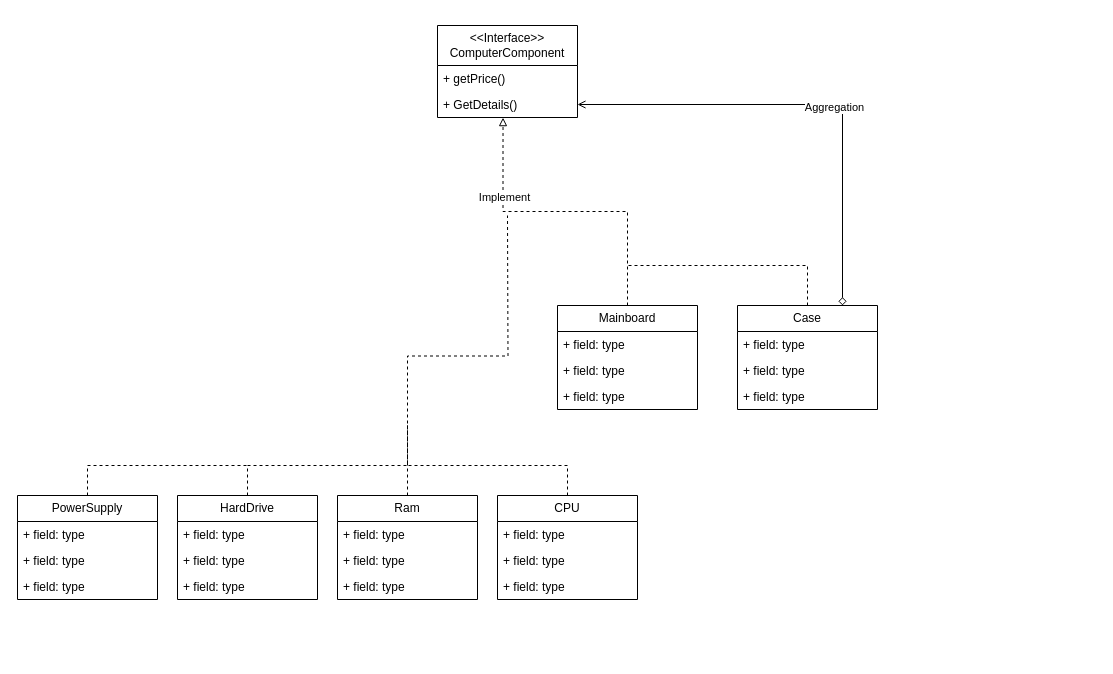
3chammmpppthichanon/University keeps this draw.io diagram as page "Composite" (2 of 2) of COS4311/Diagram.drawio. Above is the earlier version. Source tidied: cells renumbered, new cells numbered last; positions are measured from the earlier drawing's top-left corner, leaving out a move shared by most shapes. Both pictures are drawn from the tidied source at 100%, with x=0, y=0 at pixel (17, 25).
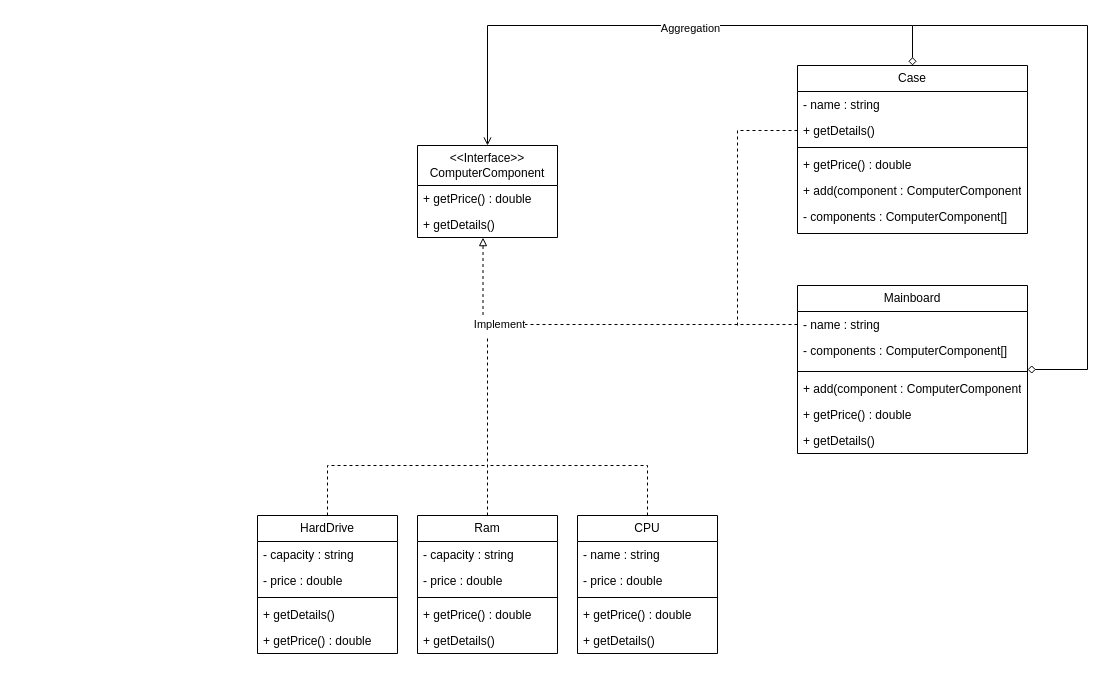
Above is the later version.

What changed in the source:
```diff
@@
     <mxCell id="2" value="&amp;lt;&amp;lt;Interface&amp;gt;&amp;gt;&lt;br&gt;ComputerComponent" style="swimlane;fontStyle=0;horizontal=1;startSize=40;fillColor=none;whiteSpace=wrap;html=1;" parent="1" vertex="1">
-      <mxGeometry x="420" width="140" height="92" as="geometry" />
+      <mxGeometry x="400" y="120" width="140" height="92" as="geometry" />
     </mxCell>
-    <mxCell id="3" value="+ getPrice()" style="text;strokeColor=none;fillColor=none;align=left;verticalAlign=top;spacingLeft=4;spacingRight=4;overflow=hidden;whiteSpace=wrap;html=1;" parent="2" vertex="1">
+    <mxCell id="3" value="+ getPrice() : double" style="text;strokeColor=none;fillColor=none;align=left;verticalAlign=top;spacingLeft=4;spacingRight=4;overflow=hidden;whiteSpace=wrap;html=1;" parent="2" vertex="1">
       <mxGeometry y="40" width="140" height="26" as="geometry" />
     </mxCell>
-    <mxCell id="4" value="+ GetDetails()" style="text;strokeColor=none;fillColor=none;align=left;verticalAlign=top;spacingLeft=4;spacingRight=4;overflow=hidden;points=[[0,0.5],[1,0.5]];portConstraint=eastwest;whiteSpace=wrap;html=1;" parent="2" vertex="1">
+    <mxCell id="4" value="+ getDetails()" style="text;strokeColor=none;fillColor=none;align=left;verticalAlign=top;spacingLeft=4;spacingRight=4;overflow=hidden;points=[[0,0.5],[1,0.5]];portConstraint=eastwest;whiteSpace=wrap;html=1;" parent="2" vertex="1">
       <mxGeometry y="66" width="140" height="26" as="geometry" />
     </mxCell>
     <mxCell id="5" style="edgeStyle=orthogonalEdgeStyle;rounded=0;jettySize=auto;html=1;exitX=0.5;exitY=0;exitDx=0;exitDy=0;dashed=1;endArrow=none;endFill=0;" parent="1" edge="1" source="6">
       <mxGeometry relative="1" as="geometry">
-        <mxPoint x="490" y="190" as="targetPoint" />
+        <mxPoint x="470" y="310" as="targetPoint" />
       </mxGeometry>
     </mxCell>
     <mxCell id="6" value="Ram" style="swimlane;fontStyle=0;horizontal=1;startSize=26;fillColor=none;whiteSpace=wrap;html=1;" parent="1" vertex="1">
-      <mxGeometry x="320" y="470" width="140" height="104" as="geometry" />
+      <mxGeometry x="400" y="490" width="140" height="138" as="geometry" />
     </mxCell>
-    <mxCell id="7" value="+ field: type" style="text;strokeColor=none;fillColor=none;align=left;verticalAlign=top;spacingLeft=4;spacingRight=4;overflow=hidden;whiteSpace=wrap;html=1;" parent="6" vertex="1">
+    <mxCell id="7" value="- capacity : string" style="text;strokeColor=none;fillColor=none;align=left;verticalAlign=top;spacingLeft=4;spacingRight=4;overflow=hidden;whiteSpace=wrap;html=1;" parent="6" vertex="1">
       <mxGeometry y="26" width="140" height="26" as="geometry" />
     </mxCell>
-    <mxCell id="8" value="+ field: type" style="text;strokeColor=none;fillColor=none;align=left;verticalAlign=top;spacingLeft=4;spacingRight=4;overflow=hidden;whiteSpace=wrap;html=1;" parent="6" vertex="1">
-      <mxGeometry y="52" width="140" height="26" as="geometry" />
-    </mxCell>
-    <mxCell id="9" value="+ field: type" style="text;strokeColor=none;fillColor=none;align=left;verticalAlign=top;spacingLeft=4;spacingRight=4;overflow=hidden;whiteSpace=wrap;html=1;" parent="6" vertex="1">
-      <mxGeometry y="78" width="140" height="26" as="geometry" />
-    </mxCell>
+    <mxCell id="38" value="- price : double" style="text;strokeColor=none;fillColor=none;align=left;verticalAlign=top;spacingLeft=4;spacingRight=4;overflow=hidden;whiteSpace=wrap;html=1;" parent="6" vertex="1">
+      <mxGeometry y="52" width="140" height="26" as="geometry" />
+    </mxCell>
+    <mxCell id="39" style="line;strokeWidth=1;fillColor=none;align=left;verticalAlign=middle;spacingTop=-1;spacingLeft=3;spacingRight=3;labelPosition=right;strokeColor=inherit;" parent="6" vertex="1">
+      <mxGeometry y="78" width="140" height="8" as="geometry" />
+    </mxCell>
+    <mxCell id="40" value="+ getPrice() : double&amp;nbsp;" style="text;strokeColor=none;fillColor=none;align=left;verticalAlign=top;spacingLeft=4;spacingRight=4;overflow=hidden;whiteSpace=wrap;html=1;" parent="6" vertex="1">
+      <mxGeometry y="86" width="140" height="26" as="geometry" />
+    </mxCell>
+    <mxCell id="41" value="+ getDetails()" style="text;strokeColor=none;fillColor=none;align=left;verticalAlign=top;spacingLeft=4;spacingRight=4;overflow=hidden;whiteSpace=wrap;html=1;" parent="6" vertex="1">
+      <mxGeometry y="112" width="140" height="26" as="geometry" />
+    </mxCell>
     <mxCell id="10" style="edgeStyle=orthogonalEdgeStyle;rounded=0;jettySize=auto;html=1;dashed=1;endArrow=none;endFill=0;" parent="1" edge="1" source="11">
       <mxGeometry relative="1" as="geometry">
-        <mxPoint x="390" y="400" as="targetPoint" />
+        <mxPoint x="470" y="440" as="targetPoint" />
         <Array as="points">
-          <mxPoint x="550" y="440" />
-          <mxPoint x="390" y="440" />
+          <mxPoint x="630" y="440" />
         </Array>
       </mxGeometry>
     </mxCell>
     <mxCell id="11" value="CPU" style="swimlane;fontStyle=0;horizontal=1;startSize=26;fillColor=none;whiteSpace=wrap;html=1;" parent="1" vertex="1">
-      <mxGeometry x="480" y="470" width="140" height="104" as="geometry" />
+      <mxGeometry x="560" y="490" width="140" height="138" as="geometry" />
     </mxCell>
-    <mxCell id="12" value="+ field: type" style="text;strokeColor=none;fillColor=none;align=left;verticalAlign=top;spacingLeft=4;spacingRight=4;overflow=hidden;whiteSpace=wrap;html=1;" parent="11" vertex="1">
+    <mxCell id="12" value="- name : string" style="text;strokeColor=none;fillColor=none;align=left;verticalAlign=top;spacingLeft=4;spacingRight=4;overflow=hidden;whiteSpace=wrap;html=1;" parent="11" vertex="1">
       <mxGeometry y="26" width="140" height="26" as="geometry" />
     </mxCell>
-    <mxCell id="13" value="+ field: type" style="text;strokeColor=none;fillColor=none;align=left;verticalAlign=top;spacingLeft=4;spacingRight=4;overflow=hidden;whiteSpace=wrap;html=1;" parent="11" vertex="1">
+    <mxCell id="13" value="- price : double" style="text;strokeColor=none;fillColor=none;align=left;verticalAlign=top;spacingLeft=4;spacingRight=4;overflow=hidden;whiteSpace=wrap;html=1;" parent="11" vertex="1">
       <mxGeometry y="52" width="140" height="26" as="geometry" />
     </mxCell>
+    <mxCell id="42" style="line;strokeWidth=1;fillColor=none;align=left;verticalAlign=middle;spacingTop=-1;spacingLeft=3;spacingRight=3;labelPosition=right;strokeColor=inherit;" parent="11" vertex="1">
+      <mxGeometry y="78" width="140" height="8" as="geometry" />
+    </mxCell>
-    <mxCell id="14" value="+ field: type" style="text;strokeColor=none;fillColor=none;align=left;verticalAlign=top;spacingLeft=4;spacingRight=4;overflow=hidden;whiteSpace=wrap;html=1;" parent="11" vertex="1">
-      <mxGeometry y="78" width="140" height="26" as="geometry" />
+    <mxCell id="14" value="+ getPrice() : double&amp;nbsp;" style="text;strokeColor=none;fillColor=none;align=left;verticalAlign=top;spacingLeft=4;spacingRight=4;overflow=hidden;whiteSpace=wrap;html=1;" parent="11" vertex="1">
+      <mxGeometry y="86" width="140" height="26" as="geometry" />
     </mxCell>
-    <mxCell id="15" style="edgeStyle=orthogonalEdgeStyle;rounded=0;jettySize=auto;html=1;exitX=0.5;exitY=0;exitDx=0;exitDy=0;dashed=1;endArrow=none;endFill=0;" parent="1" edge="1" source="16">
-      <mxGeometry relative="1" as="geometry">
-        <mxPoint x="390" y="400" as="targetPoint" />
-        <Array as="points">
-          <mxPoint x="230" y="440" />
-          <mxPoint x="390" y="440" />
-        </Array>
-      </mxGeometry>
-    </mxCell>
+    <mxCell id="43" value="+ getDetails()" style="text;strokeColor=none;fillColor=none;align=left;verticalAlign=top;spacingLeft=4;spacingRight=4;overflow=hidden;whiteSpace=wrap;html=1;" parent="11" vertex="1">
+      <mxGeometry y="112" width="140" height="26" as="geometry" />
+    </mxCell>
+    <mxCell id="44" style="edgeStyle=orthogonalEdgeStyle;rounded=0;jettySize=auto;html=1;exitX=0.5;exitY=0;exitDx=0;exitDy=0;dashed=1;endArrow=none;endFill=0;" parent="1" edge="1" source="16">
+      <mxGeometry relative="1" as="geometry">
+        <mxPoint x="470" y="440" as="targetPoint" />
+        <Array as="points">
+          <mxPoint x="310" y="440" />
+          <mxPoint x="470" y="440" />
+        </Array>
+      </mxGeometry>
+    </mxCell>
     <mxCell id="16" value="HardDrive" style="swimlane;fontStyle=0;horizontal=1;startSize=26;fillColor=none;whiteSpace=wrap;html=1;" parent="1" vertex="1">
-      <mxGeometry x="160" y="470" width="140" height="104" as="geometry" />
+      <mxGeometry x="240" y="490" width="140" height="138" as="geometry" />
     </mxCell>
-    <mxCell id="17" value="+ field: type" style="text;strokeColor=none;fillColor=none;align=left;verticalAlign=top;spacingLeft=4;spacingRight=4;overflow=hidden;whiteSpace=wrap;html=1;" parent="16" vertex="1">
-      <mxGeometry y="26" width="140" height="26" as="geometry" />
-    </mxCell>
-    <mxCell id="18" value="+ field: type" style="text;strokeColor=none;fillColor=none;align=left;verticalAlign=top;spacingLeft=4;spacingRight=4;overflow=hidden;whiteSpace=wrap;html=1;" parent="16" vertex="1">
-      <mxGeometry y="52" width="140" height="26" as="geometry" />
-    </mxCell>
-    <mxCell id="19" value="+ field: type" style="text;strokeColor=none;fillColor=none;align=left;verticalAlign=top;spacingLeft=4;spacingRight=4;overflow=hidden;whiteSpace=wrap;html=1;" parent="16" vertex="1">
-      <mxGeometry y="78" width="140" height="26" as="geometry" />
-    </mxCell>
-    <mxCell id="20" style="edgeStyle=orthogonalEdgeStyle;rounded=0;jettySize=auto;html=1;exitX=0.5;exitY=0;exitDx=0;exitDy=0;dashed=1;endArrow=none;endFill=0;" parent="1" edge="1" source="21">
-      <mxGeometry relative="1" as="geometry">
-        <mxPoint x="230" y="440" as="targetPoint" />
-        <Array as="points">
-          <mxPoint x="70" y="440" />
-          <mxPoint x="230" y="440" />
-        </Array>
-      </mxGeometry>
-    </mxCell>
-    <mxCell id="21" value="PowerSupply" style="swimlane;fontStyle=0;horizontal=1;startSize=26;fillColor=none;whiteSpace=wrap;html=1;" parent="1" vertex="1">
-      <mxGeometry y="470" width="140" height="104" as="geometry" />
-    </mxCell>
-    <mxCell id="22" value="+ field: type" style="text;strokeColor=none;fillColor=none;align=left;verticalAlign=top;spacingLeft=4;spacingRight=4;overflow=hidden;whiteSpace=wrap;html=1;" parent="21" vertex="1">
-      <mxGeometry y="26" width="140" height="26" as="geometry" />
-    </mxCell>
-    <mxCell id="23" value="+ field: type" style="text;strokeColor=none;fillColor=none;align=left;verticalAlign=top;spacingLeft=4;spacingRight=4;overflow=hidden;whiteSpace=wrap;html=1;" parent="21" vertex="1">
-      <mxGeometry y="52" width="140" height="26" as="geometry" />
-    </mxCell>
-    <mxCell id="24" value="+ field: type" style="text;strokeColor=none;fillColor=none;align=left;verticalAlign=top;spacingLeft=4;spacingRight=4;overflow=hidden;whiteSpace=wrap;html=1;" parent="21" vertex="1">
-      <mxGeometry y="78" width="140" height="26" as="geometry" />
-    </mxCell>
+    <mxCell id="45" value="- capacity : string" style="text;strokeColor=none;fillColor=none;align=left;verticalAlign=top;spacingLeft=4;spacingRight=4;overflow=hidden;whiteSpace=wrap;html=1;" parent="16" vertex="1">
+      <mxGeometry y="26" width="140" height="26" as="geometry" />
+    </mxCell>
+    <mxCell id="46" value="- price : double" style="text;strokeColor=none;fillColor=none;align=left;verticalAlign=top;spacingLeft=4;spacingRight=4;overflow=hidden;whiteSpace=wrap;html=1;" parent="16" vertex="1">
+      <mxGeometry y="52" width="140" height="26" as="geometry" />
+    </mxCell>
+    <mxCell id="47" style="line;strokeWidth=1;fillColor=none;align=left;verticalAlign=middle;spacingTop=-1;spacingLeft=3;spacingRight=3;labelPosition=right;strokeColor=inherit;" parent="16" vertex="1">
+      <mxGeometry y="78" width="140" height="8" as="geometry" />
+    </mxCell>
+    <mxCell id="48" value="+ getDetails()" style="text;strokeColor=none;fillColor=none;align=left;verticalAlign=top;spacingLeft=4;spacingRight=4;overflow=hidden;whiteSpace=wrap;html=1;" parent="16" vertex="1">
+      <mxGeometry y="86" width="140" height="26" as="geometry" />
+    </mxCell>
+    <mxCell id="49" value="+ getPrice() : double&amp;nbsp;" style="text;strokeColor=none;fillColor=none;align=left;verticalAlign=top;spacingLeft=4;spacingRight=4;overflow=hidden;whiteSpace=wrap;html=1;" parent="16" vertex="1">
+      <mxGeometry y="112" width="140" height="26" as="geometry" />
+    </mxCell>
-    <mxCell id="25" style="edgeStyle=orthogonalEdgeStyle;rounded=0;jettySize=auto;html=1;exitX=0.75;exitY=0;exitDx=0;exitDy=0;entryX=1;entryY=0.5;entryDx=0;entryDy=0;endArrow=open;endFill=0;startArrow=diamond;startFill=0;" parent="1" edge="1" source="34" target="4">
-      <mxGeometry relative="1" as="geometry" />
+    <mxCell id="25" style="edgeStyle=orthogonalEdgeStyle;rounded=0;jettySize=auto;html=1;exitX=0.5;exitY=0;exitDx=0;exitDy=0;entryX=0.5;entryY=0;entryDx=0;entryDy=0;endArrow=open;endFill=0;startArrow=diamond;startFill=0;" parent="1" edge="1" source="34" target="2">
+      <mxGeometry relative="1" as="geometry">
+        <Array as="points">
+          <mxPoint x="895" />
+          <mxPoint x="470" />
+        </Array>
+      </mxGeometry>
     </mxCell>
@@
-    <mxCell id="27" style="edgeStyle=orthogonalEdgeStyle;rounded=0;jettySize=auto;html=1;entryX=0.468;entryY=1.005;entryDx=0;entryDy=0;entryPerimeter=0;endArrow=block;endFill=0;dashed=1;exitX=0.5;exitY=0;exitDx=0;exitDy=0;" parent="1" edge="1" source="29" target="4">
+    <mxCell id="27" style="edgeStyle=orthogonalEdgeStyle;rounded=0;jettySize=auto;html=1;entryX=0.468;entryY=1.005;entryDx=0;entryDy=0;entryPerimeter=0;endArrow=block;endFill=0;dashed=1;exitX=0;exitY=0.5;exitDx=0;exitDy=0;" parent="1" edge="1" source="30" target="4">
       <mxGeometry relative="1" as="geometry" />
     </mxCell>
@@
+    <mxCell id="50" style="edgeStyle=orthogonalEdgeStyle;rounded=0;jettySize=auto;html=1;endArrow=none;endFill=0;startArrow=diamond;startFill=0;" parent="1" edge="1" source="29">
+      <mxGeometry relative="1" as="geometry">
+        <mxPoint x="895" as="targetPoint" />
+        <Array as="points">
+          <mxPoint x="1070" y="344" />
+          <mxPoint x="1070" />
+        </Array>
+      </mxGeometry>
+    </mxCell>
     <mxCell id="29" value="Mainboard" style="swimlane;fontStyle=0;horizontal=1;startSize=26;fillColor=none;whiteSpace=wrap;html=1;" parent="1" vertex="1">
-      <mxGeometry x="540" y="280" width="140" height="104" as="geometry" />
+      <mxGeometry x="780" y="260" width="230" height="168" as="geometry" />
     </mxCell>
-    <mxCell id="30" value="+ field: type" style="text;strokeColor=none;fillColor=none;align=left;verticalAlign=top;spacingLeft=4;spacingRight=4;overflow=hidden;points=[[0,0.5],[1,0.5]];portConstraint=eastwest;whiteSpace=wrap;html=1;" parent="29" vertex="1">
-      <mxGeometry y="26" width="140" height="26" as="geometry" />
+    <mxCell id="30" value="- name : string" style="text;strokeColor=none;fillColor=none;align=left;verticalAlign=top;spacingLeft=4;spacingRight=4;overflow=hidden;points=[[0,0.5],[1,0.5]];portConstraint=eastwest;whiteSpace=wrap;html=1;" parent="29" vertex="1">
+      <mxGeometry y="26" width="230" height="26" as="geometry" />
     </mxCell>
-    <mxCell id="31" value="+ field: type" style="text;strokeColor=none;fillColor=none;align=left;verticalAlign=top;spacingLeft=4;spacingRight=4;overflow=hidden;whiteSpace=wrap;html=1;" parent="29" vertex="1">
-      <mxGeometry y="52" width="140" height="26" as="geometry" />
+    <mxCell id="31" value="- components : ComputerComponent[]" style="text;strokeColor=none;fillColor=none;align=left;verticalAlign=top;spacingLeft=4;spacingRight=4;overflow=hidden;whiteSpace=wrap;html=1;" parent="29" vertex="1">
+      <mxGeometry y="52" width="230" height="30" as="geometry" />
     </mxCell>
+    <mxCell id="51" style="line;strokeWidth=1;fillColor=none;align=left;verticalAlign=middle;spacingTop=-1;spacingLeft=3;spacingRight=3;labelPosition=right;strokeColor=inherit;" parent="29" vertex="1">
+      <mxGeometry y="82" width="230" height="8" as="geometry" />
+    </mxCell>
-    <mxCell id="32" value="+ field: type" style="text;strokeColor=none;fillColor=none;align=left;verticalAlign=top;spacingLeft=4;spacingRight=4;overflow=hidden;whiteSpace=wrap;html=1;" parent="29" vertex="1">
-      <mxGeometry y="78" width="140" height="26" as="geometry" />
+    <mxCell id="32" value="+ add(component : ComputerComponent" style="text;strokeColor=none;fillColor=none;align=left;verticalAlign=top;spacingLeft=4;spacingRight=4;overflow=hidden;whiteSpace=wrap;html=1;" parent="29" vertex="1">
+      <mxGeometry y="90" width="230" height="26" as="geometry" />
     </mxCell>
+    <mxCell id="52" value="+ getPrice() : double" style="text;strokeColor=none;fillColor=none;align=left;verticalAlign=top;spacingLeft=4;spacingRight=4;overflow=hidden;whiteSpace=wrap;html=1;" parent="29" vertex="1">
+      <mxGeometry y="116" width="230" height="26" as="geometry" />
+    </mxCell>
+    <mxCell id="53" value="+ getDetails()" style="text;strokeColor=none;fillColor=none;align=left;verticalAlign=top;spacingLeft=4;spacingRight=4;overflow=hidden;whiteSpace=wrap;html=1;" parent="29" vertex="1">
+      <mxGeometry y="142" width="230" height="26" as="geometry" />
+    </mxCell>
-    <mxCell id="33" style="edgeStyle=orthogonalEdgeStyle;rounded=0;jettySize=auto;html=1;exitX=0.5;exitY=0;exitDx=0;exitDy=0;dashed=1;endArrow=none;endFill=0;" parent="1" edge="1" source="34">
+    <mxCell id="33" style="edgeStyle=orthogonalEdgeStyle;rounded=0;jettySize=auto;html=1;exitX=0;exitY=0.5;exitDx=0;exitDy=0;dashed=1;endArrow=none;endFill=0;" parent="1" edge="1" source="55">
       <mxGeometry relative="1" as="geometry">
-        <mxPoint x="610" y="240" as="targetPoint" />
+        <mxPoint x="720" y="300" as="targetPoint" />
         <Array as="points">
-          <mxPoint x="790" y="240" />
+          <mxPoint x="720" y="105" />
         </Array>
       </mxGeometry>
     </mxCell>
     <mxCell id="34" value="Case" style="swimlane;fontStyle=0;horizontal=1;startSize=26;fillColor=none;whiteSpace=wrap;html=1;" parent="1" vertex="1">
-      <mxGeometry x="720" y="280" width="140" height="104" as="geometry" />
+      <mxGeometry x="780" y="40" width="230" height="168" as="geometry" />
     </mxCell>
-    <mxCell id="35" value="+ field: type" style="text;strokeColor=none;fillColor=none;align=left;verticalAlign=top;spacingLeft=4;spacingRight=4;overflow=hidden;whiteSpace=wrap;html=1;" parent="34" vertex="1">
-      <mxGeometry y="26" width="140" height="26" as="geometry" />
-    </mxCell>
-    <mxCell id="36" value="+ field: type" style="text;strokeColor=none;fillColor=none;align=left;verticalAlign=top;spacingLeft=4;spacingRight=4;overflow=hidden;whiteSpace=wrap;html=1;" parent="34" vertex="1">
-      <mxGeometry y="52" width="140" height="26" as="geometry" />
-    </mxCell>
-    <mxCell id="37" value="+ field: type" style="text;strokeColor=none;fillColor=none;align=left;verticalAlign=top;spacingLeft=4;spacingRight=4;overflow=hidden;whiteSpace=wrap;html=1;" parent="34" vertex="1">
-      <mxGeometry y="78" width="140" height="26" as="geometry" />
-    </mxCell>
+    <mxCell id="54" value="- name : string" style="text;strokeColor=none;fillColor=none;align=left;verticalAlign=top;spacingLeft=4;spacingRight=4;overflow=hidden;whiteSpace=wrap;html=1;" parent="34" vertex="1">
+      <mxGeometry y="26" width="230" height="26" as="geometry" />
+    </mxCell>
+    <mxCell id="55" value="+ getDetails()" style="text;strokeColor=none;fillColor=none;align=left;verticalAlign=top;spacingLeft=4;spacingRight=4;overflow=hidden;points=[[0,0.5],[1,0.5]];portConstraint=eastwest;whiteSpace=wrap;html=1;" parent="34" vertex="1">
+      <mxGeometry y="52" width="230" height="26" as="geometry" />
+    </mxCell>
+    <mxCell id="56" style="line;strokeWidth=1;fillColor=none;align=left;verticalAlign=middle;spacingTop=-1;spacingLeft=3;spacingRight=3;labelPosition=right;strokeColor=inherit;" parent="34" vertex="1">
+      <mxGeometry y="78" width="230" height="8" as="geometry" />
+    </mxCell>
+    <mxCell id="57" value="+ getPrice() : double" style="text;strokeColor=none;fillColor=none;align=left;verticalAlign=top;spacingLeft=4;spacingRight=4;overflow=hidden;whiteSpace=wrap;html=1;" parent="34" vertex="1">
+      <mxGeometry y="86" width="230" height="26" as="geometry" />
+    </mxCell>
+    <mxCell id="58" value="+ add(component : ComputerComponent" style="text;strokeColor=none;fillColor=none;align=left;verticalAlign=top;spacingLeft=4;spacingRight=4;overflow=hidden;whiteSpace=wrap;html=1;" parent="34" vertex="1">
+      <mxGeometry y="112" width="230" height="26" as="geometry" />
+    </mxCell>
+    <mxCell id="59" value="- components : ComputerComponent[]" style="text;strokeColor=none;fillColor=none;align=left;verticalAlign=top;spacingLeft=4;spacingRight=4;overflow=hidden;whiteSpace=wrap;html=1;" parent="34" vertex="1">
+      <mxGeometry y="138" width="230" height="30" as="geometry" />
+    </mxCell>
```
